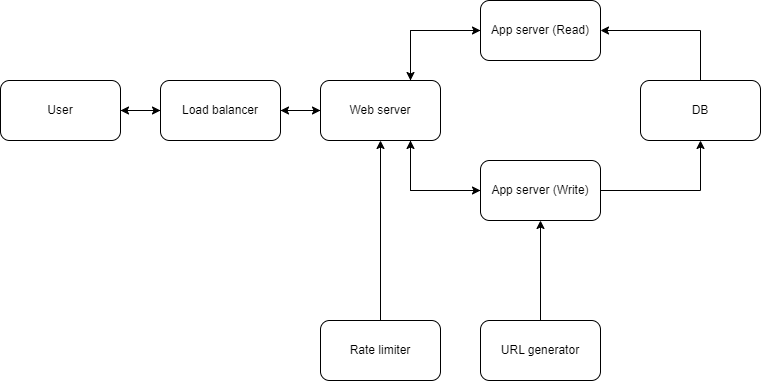
This is img/system-design/tinyurl1.png from riehseun/riehseun.github.io, a draw.io export, as it was before one commit. Source tidied: cells renumbered, new cells last; positions are measured from the earlier drawing's top-left corner, leaving out a move shared by most shapes.
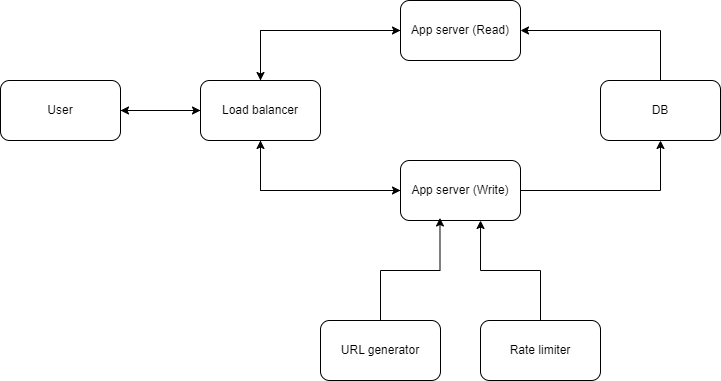
After the commit.

Change to the diagram source:
```diff
@@ -8,59 +8,50 @@
     <mxCell id="3" value="User" style="rounded=1;whiteSpace=wrap;html=1;" parent="1" vertex="1">
       <mxGeometry y="80" width="120" height="60" as="geometry" />
     </mxCell>
-    <mxCell id="4" style="edgeStyle=orthogonalEdgeStyle;rounded=0;jettySize=auto;html=1;exitX=1;exitY=0.5;exitDx=0;exitDy=0;entryX=0;entryY=0.5;entryDx=0;entryDy=0;" parent="1" edge="1" source="6" target="15">
-      <mxGeometry relative="1" as="geometry" />
-    </mxCell>
     <mxCell id="5" style="edgeStyle=orthogonalEdgeStyle;rounded=0;jettySize=auto;html=1;exitX=0;exitY=0.5;exitDx=0;exitDy=0;entryX=1;entryY=0.5;entryDx=0;entryDy=0;" parent="1" edge="1" source="6" target="3">
       <mxGeometry relative="1" as="geometry" />
     </mxCell>
+    <mxCell id="22" style="edgeStyle=orthogonalEdgeStyle;rounded=0;jettySize=auto;html=1;exitX=0.5;exitY=0;exitDx=0;exitDy=0;entryX=0;entryY=0.5;entryDx=0;entryDy=0;" parent="1" edge="1" source="6" target="8">
+      <mxGeometry relative="1" as="geometry" />
+    </mxCell>
+    <mxCell id="23" style="edgeStyle=orthogonalEdgeStyle;rounded=0;jettySize=auto;html=1;exitX=0.5;exitY=1;exitDx=0;exitDy=0;entryX=0;entryY=0.5;entryDx=0;entryDy=0;" parent="1" edge="1" source="6" target="11">
+      <mxGeometry relative="1" as="geometry" />
+    </mxCell>
     <mxCell id="6" value="Load balancer" style="rounded=1;whiteSpace=wrap;html=1;" parent="1" vertex="1">
-      <mxGeometry x="160" y="80" width="120" height="60" as="geometry" />
+      <mxGeometry x="200" y="80" width="120" height="60" as="geometry" />
     </mxCell>
-    <mxCell id="7" style="edgeStyle=orthogonalEdgeStyle;rounded=0;jettySize=auto;html=1;exitX=0;exitY=0.5;exitDx=0;exitDy=0;entryX=0.75;entryY=0;entryDx=0;entryDy=0;" parent="1" edge="1" source="8" target="15">
-      <mxGeometry relative="1" as="geometry" />
-    </mxCell>
+    <mxCell id="24" style="edgeStyle=orthogonalEdgeStyle;rounded=0;jettySize=auto;html=1;exitX=0;exitY=0.5;exitDx=0;exitDy=0;entryX=0.5;entryY=0;entryDx=0;entryDy=0;" parent="1" edge="1" source="8" target="6">
+      <mxGeometry relative="1" as="geometry" />
+    </mxCell>
     <mxCell id="8" value="App server (Read)" style="rounded=1;whiteSpace=wrap;html=1;" parent="1" vertex="1">
-      <mxGeometry x="480" width="120" height="60" as="geometry" />
+      <mxGeometry x="400" width="120" height="60" as="geometry" />
     </mxCell>
-    <mxCell id="9" style="edgeStyle=orthogonalEdgeStyle;rounded=0;jettySize=auto;html=1;exitX=0;exitY=0.5;exitDx=0;exitDy=0;entryX=0.75;entryY=1;entryDx=0;entryDy=0;" parent="1" edge="1" source="11" target="15">
-      <mxGeometry relative="1" as="geometry" />
-    </mxCell>
     <mxCell id="10" style="edgeStyle=orthogonalEdgeStyle;rounded=0;jettySize=auto;html=1;exitX=1;exitY=0.5;exitDx=0;exitDy=0;entryX=0.5;entryY=1;entryDx=0;entryDy=0;" parent="1" edge="1" source="11" target="21">
       <mxGeometry relative="1" as="geometry" />
     </mxCell>
+    <mxCell id="25" style="edgeStyle=orthogonalEdgeStyle;rounded=0;jettySize=auto;html=1;exitX=0;exitY=0.5;exitDx=0;exitDy=0;" parent="1" edge="1" source="11" target="6">
+      <mxGeometry relative="1" as="geometry" />
+    </mxCell>
     <mxCell id="11" value="App server (Write)" style="rounded=1;whiteSpace=wrap;html=1;" parent="1" vertex="1">
-      <mxGeometry x="480" y="160" width="120" height="60" as="geometry" />
+      <mxGeometry x="400" y="160" width="120" height="60" as="geometry" />
     </mxCell>
-    <mxCell id="12" style="edgeStyle=orthogonalEdgeStyle;rounded=0;jettySize=auto;html=1;exitX=0.75;exitY=1;exitDx=0;exitDy=0;entryX=0;entryY=0.5;entryDx=0;entryDy=0;" parent="1" edge="1" source="15" target="11">
-      <mxGeometry relative="1" as="geometry" />
-    </mxCell>
-    <mxCell id="13" style="edgeStyle=orthogonalEdgeStyle;rounded=0;jettySize=auto;html=1;exitX=0.75;exitY=0;exitDx=0;exitDy=0;entryX=0;entryY=0.5;entryDx=0;entryDy=0;" parent="1" edge="1" source="15" target="8">
-      <mxGeometry relative="1" as="geometry" />
-    </mxCell>
-    <mxCell id="14" style="edgeStyle=orthogonalEdgeStyle;rounded=0;jettySize=auto;html=1;exitX=0;exitY=0.5;exitDx=0;exitDy=0;entryX=1;entryY=0.5;entryDx=0;entryDy=0;" parent="1" edge="1" source="15" target="6">
-      <mxGeometry relative="1" as="geometry" />
-    </mxCell>
-    <mxCell id="15" value="Web server" style="rounded=1;whiteSpace=wrap;html=1;" parent="1" vertex="1">
-      <mxGeometry x="320" y="80" width="120" height="60" as="geometry" />
-    </mxCell>
-    <mxCell id="16" style="edgeStyle=orthogonalEdgeStyle;rounded=0;jettySize=auto;html=1;exitX=0.5;exitY=0;exitDx=0;exitDy=0;entryX=0.5;entryY=1;entryDx=0;entryDy=0;" parent="1" edge="1" source="17" target="15">
-      <mxGeometry relative="1" as="geometry" />
-    </mxCell>
+    <mxCell id="26" style="edgeStyle=orthogonalEdgeStyle;rounded=0;jettySize=auto;html=1;exitX=0.5;exitY=0;exitDx=0;exitDy=0;entryX=0.667;entryY=1;entryDx=0;entryDy=0;entryPerimeter=0;" parent="1" edge="1" source="17" target="11">
+      <mxGeometry relative="1" as="geometry" />
+    </mxCell>
     <mxCell id="17" value="Rate limiter" style="rounded=1;whiteSpace=wrap;html=1;" parent="1" vertex="1">
-      <mxGeometry x="320" y="320" width="120" height="60" as="geometry" />
+      <mxGeometry x="480" y="320" width="120" height="60" as="geometry" />
     </mxCell>
-    <mxCell id="18" style="edgeStyle=orthogonalEdgeStyle;rounded=0;jettySize=auto;html=1;exitX=0.5;exitY=0;exitDx=0;exitDy=0;entryX=0.5;entryY=1;entryDx=0;entryDy=0;" parent="1" edge="1" source="19" target="11">
+    <mxCell id="18" style="edgeStyle=orthogonalEdgeStyle;rounded=0;jettySize=auto;html=1;exitX=0.5;exitY=0;exitDx=0;exitDy=0;entryX=0.329;entryY=0.958;entryDx=0;entryDy=0;entryPerimeter=0;" parent="1" edge="1" source="19" target="11">
       <mxGeometry relative="1" as="geometry" />
     </mxCell>
     <mxCell id="19" value="URL generator" style="rounded=1;whiteSpace=wrap;html=1;" parent="1" vertex="1">
-      <mxGeometry x="480" y="320" width="120" height="60" as="geometry" />
+      <mxGeometry x="320" y="320" width="120" height="60" as="geometry" />
     </mxCell>
     <mxCell id="20" style="edgeStyle=orthogonalEdgeStyle;rounded=0;jettySize=auto;html=1;exitX=0.5;exitY=0;exitDx=0;exitDy=0;entryX=1;entryY=0.5;entryDx=0;entryDy=0;" parent="1" edge="1" source="21" target="8">
       <mxGeometry relative="1" as="geometry" />
     </mxCell>
     <mxCell id="21" value="DB" style="rounded=1;whiteSpace=wrap;html=1;" parent="1" vertex="1">
-      <mxGeometry x="640" y="80" width="120" height="60" as="geometry" />
+      <mxGeometry x="600" y="80" width="120" height="60" as="geometry" />
     </mxCell>
   </root>
 </mxGraphModel>
```
